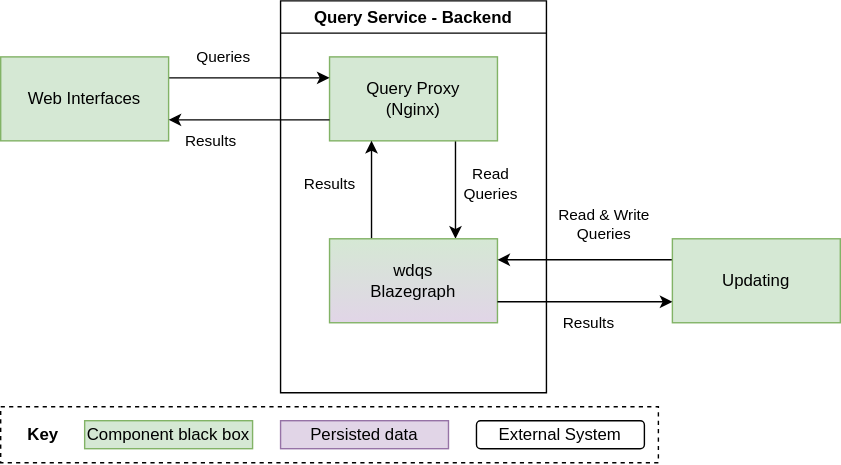
This is systems/Query/diagrams/05-01-backend.drawio.svg from wmde/wikidata-wikibase-architecture, a draw.io export, as it was before one commit. Source tidied: cells renumbered, new cells last; positions are measured from the earlier drawing's top-left corner, leaving out a move shared by most shapes. Its diagram source:
```xml
<mxGraphModel>
  <root>
    <mxCell id="0" />
    <mxCell id="1" parent="0" />
    <mxCell id="2" value="Query Service - Backend" style="swimlane;" parent="1" vertex="1">
      <mxGeometry x="200" width="190" height="280" as="geometry" />
    </mxCell>
    <mxCell id="3" style="edgeStyle=orthogonalEdgeStyle;rounded=0;jettySize=auto;html=1;entryX=0.75;entryY=0;entryDx=0;entryDy=0;exitX=0.75;exitY=1;exitDx=0;exitDy=0;" parent="2" edge="1" source="5" target="8">
      <mxGeometry relative="1" as="geometry" />
    </mxCell>
    <mxCell id="4" value="Read&lt;br&gt;Queries" style="edgeLabel;html=1;align=center;verticalAlign=middle;" parent="3" vertex="1">
      <mxGeometry x="-0.7" relative="1" as="geometry">
        <mxPoint x="25" y="20" as="offset" />
      </mxGeometry>
    </mxCell>
    <mxCell id="5" value="Query Proxy&lt;br&gt;(Nginx)" style="rounded=0;whiteSpace=wrap;html=1;fillColor=#d5e8d4;strokeColor=#82b366;" parent="2" vertex="1">
      <mxGeometry x="35" y="40" width="120" height="60" as="geometry" />
    </mxCell>
    <mxCell id="6" style="edgeStyle=orthogonalEdgeStyle;rounded=0;jettySize=auto;html=1;exitX=0.25;exitY=0;exitDx=0;exitDy=0;entryX=0.25;entryY=1;entryDx=0;entryDy=0;" parent="2" edge="1" source="8" target="5">
      <mxGeometry relative="1" as="geometry" />
    </mxCell>
    <mxCell id="7" value="Results" style="edgeLabel;html=1;align=center;verticalAlign=middle;" parent="6" vertex="1">
      <mxGeometry x="0.31" relative="1" as="geometry">
        <mxPoint x="-30" y="6" as="offset" />
      </mxGeometry>
    </mxCell>
    <mxCell id="8" value="wdqs&lt;br&gt;Blazegraph" style="rounded=0;whiteSpace=wrap;html=1;fillColor=#d5e8d4;strokeColor=#82b366;gradientColor=#E1D5E7;" parent="2" vertex="1">
      <mxGeometry x="35" y="170" width="120" height="60" as="geometry" />
    </mxCell>
    <mxCell id="9" style="rounded=0;whiteSpace=wrap;html=1;fillColor=none;dashed=1;" parent="1" vertex="1">
      <mxGeometry y="290" width="470" height="40" as="geometry" />
    </mxCell>
    <mxCell id="10" value="&lt;b&gt;Key&lt;/b&gt;" style="text;html=1;align=center;verticalAlign=middle;strokeColor=none;" parent="1" vertex="1">
      <mxGeometry x="10" y="300" width="40" height="20" as="geometry" />
    </mxCell>
    <mxCell id="11" value="Component black box" style="rounded=0;whiteSpace=wrap;html=1;align=center;fillColor=#d5e8d4;strokeColor=#82b366;" parent="1" vertex="1">
      <mxGeometry x="60" y="300" width="120" height="20" as="geometry" />
    </mxCell>
    <mxCell id="12" value="Persisted data" style="rounded=0;whiteSpace=wrap;html=1;align=center;fillColor=#e1d5e7;strokeColor=#9673a6;" parent="1" vertex="1">
      <mxGeometry x="200" y="300" width="120" height="20" as="geometry" />
    </mxCell>
    <mxCell id="13" value="External System" style="rounded=1;whiteSpace=wrap;html=1;align=center;" parent="1" vertex="1">
      <mxGeometry x="340" y="300" width="120" height="20" as="geometry" />
    </mxCell>
    <mxCell id="14" style="edgeStyle=orthogonalEdgeStyle;rounded=0;jettySize=auto;html=1;entryX=0;entryY=0.25;entryDx=0;entryDy=0;exitX=1;exitY=0.25;exitDx=0;exitDy=0;" parent="1" edge="1" source="16" target="5">
      <mxGeometry relative="1" as="geometry">
        <Array as="points">
          <mxPoint x="150" y="55" />
          <mxPoint x="150" y="55" />
        </Array>
      </mxGeometry>
    </mxCell>
    <mxCell id="15" value="Queries" style="edgeLabel;html=1;align=center;verticalAlign=middle;" parent="14" vertex="1">
      <mxGeometry x="-0.33" y="1" relative="1" as="geometry">
        <mxPoint y="-14" as="offset" />
      </mxGeometry>
    </mxCell>
    <mxCell id="16" value="Web Interfaces" style="rounded=0;whiteSpace=wrap;html=1;fillColor=#d5e8d4;strokeColor=#82b366;" parent="1" vertex="1">
      <mxGeometry y="40" width="120" height="60" as="geometry" />
    </mxCell>
    <mxCell id="17" style="edgeStyle=orthogonalEdgeStyle;rounded=0;jettySize=auto;html=1;entryX=1;entryY=0.25;entryDx=0;entryDy=0;exitX=0;exitY=0.25;exitDx=0;exitDy=0;" parent="1" edge="1" source="19" target="8">
      <mxGeometry relative="1" as="geometry" />
    </mxCell>
    <mxCell id="18" value="Read &amp;amp; Write&lt;br&gt;Queries" style="edgeLabel;html=1;align=center;verticalAlign=middle;" parent="17" vertex="1">
      <mxGeometry x="0.24" y="-3" relative="1" as="geometry">
        <mxPoint x="28" y="-22" as="offset" />
      </mxGeometry>
    </mxCell>
    <mxCell id="19" value="Updating" style="rounded=0;whiteSpace=wrap;html=1;fillColor=#d5e8d4;strokeColor=#82b366;" parent="1" vertex="1">
      <mxGeometry x="480" y="170" width="120" height="60" as="geometry" />
    </mxCell>
    <mxCell id="20" style="edgeStyle=orthogonalEdgeStyle;rounded=0;jettySize=auto;html=1;exitX=0;exitY=0.75;exitDx=0;exitDy=0;entryX=1;entryY=0.75;entryDx=0;entryDy=0;" parent="1" edge="1" source="5" target="16">
      <mxGeometry relative="1" as="geometry" />
    </mxCell>
    <mxCell id="21" value="Results" style="edgeLabel;html=1;align=center;verticalAlign=middle;" parent="20" vertex="1">
      <mxGeometry x="0.62" y="1" relative="1" as="geometry">
        <mxPoint x="8" y="14" as="offset" />
      </mxGeometry>
    </mxCell>
    <mxCell id="22" style="edgeStyle=orthogonalEdgeStyle;rounded=0;jettySize=auto;html=1;exitX=1;exitY=0.75;exitDx=0;exitDy=0;entryX=0;entryY=0.75;entryDx=0;entryDy=0;" parent="1" edge="1" source="8" target="19">
      <mxGeometry relative="1" as="geometry" />
    </mxCell>
    <mxCell id="23" value="Results" style="edgeLabel;html=1;align=center;verticalAlign=middle;" parent="22" vertex="1">
      <mxGeometry x="-0.16" y="-2" relative="1" as="geometry">
        <mxPoint x="12" y="13" as="offset" />
      </mxGeometry>
    </mxCell>
  </root>
</mxGraphModel>
```
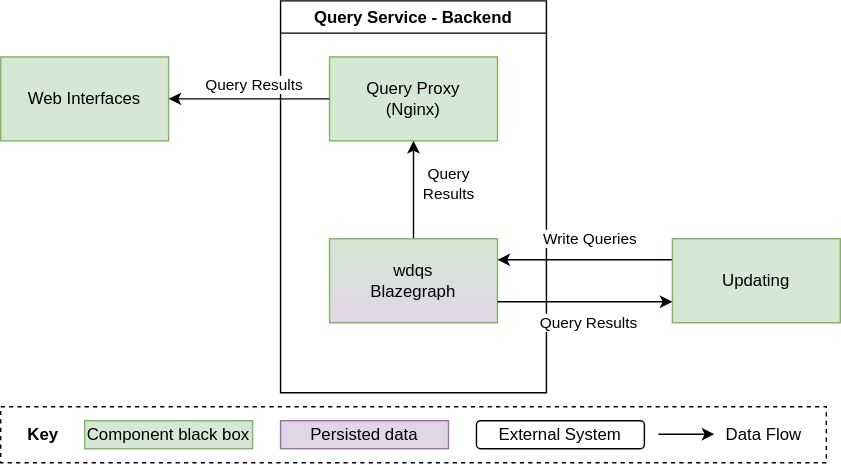
The same file after the commit.

Commit message:
Fix all query arrow directions & add to key

Diff of the diagram source:
```diff
@@ -5,30 +5,22 @@
     <mxCell id="2" value="Query Service - Backend" style="swimlane;" parent="1" vertex="1">
       <mxGeometry x="200" width="190" height="280" as="geometry" />
     </mxCell>
-    <mxCell id="3" style="edgeStyle=orthogonalEdgeStyle;rounded=0;jettySize=auto;html=1;entryX=0.75;entryY=0;entryDx=0;entryDy=0;exitX=0.75;exitY=1;exitDx=0;exitDy=0;" parent="2" edge="1" source="5" target="8">
-      <mxGeometry relative="1" as="geometry" />
-    </mxCell>
-    <mxCell id="4" value="Read&lt;br&gt;Queries" style="edgeLabel;html=1;align=center;verticalAlign=middle;" parent="3" vertex="1">
-      <mxGeometry x="-0.7" relative="1" as="geometry">
-        <mxPoint x="25" y="20" as="offset" />
-      </mxGeometry>
-    </mxCell>
     <mxCell id="5" value="Query Proxy&lt;br&gt;(Nginx)" style="rounded=0;whiteSpace=wrap;html=1;fillColor=#d5e8d4;strokeColor=#82b366;" parent="2" vertex="1">
       <mxGeometry x="35" y="40" width="120" height="60" as="geometry" />
     </mxCell>
-    <mxCell id="6" style="edgeStyle=orthogonalEdgeStyle;rounded=0;jettySize=auto;html=1;exitX=0.25;exitY=0;exitDx=0;exitDy=0;entryX=0.25;entryY=1;entryDx=0;entryDy=0;" parent="2" edge="1" source="8" target="5">
+    <mxCell id="6" style="edgeStyle=orthogonalEdgeStyle;rounded=0;jettySize=auto;html=1;entryX=0.5;entryY=1;entryDx=0;entryDy=0;" parent="2" edge="1" source="8" target="5">
       <mxGeometry relative="1" as="geometry" />
     </mxCell>
-    <mxCell id="7" value="Results" style="edgeLabel;html=1;align=center;verticalAlign=middle;" parent="6" vertex="1">
-      <mxGeometry x="0.31" relative="1" as="geometry">
-        <mxPoint x="-30" y="6" as="offset" />
-      </mxGeometry>
-    </mxCell>
+    <mxCell id="24" value="Query&lt;br&gt;Results" style="edgeLabel;html=1;align=center;verticalAlign=middle;" parent="6" vertex="1">
+      <mxGeometry x="0.33" relative="1" as="geometry">
+        <mxPoint x="25" y="7" as="offset" />
+      </mxGeometry>
+    </mxCell>
     <mxCell id="8" value="wdqs&lt;br&gt;Blazegraph" style="rounded=0;whiteSpace=wrap;html=1;fillColor=#d5e8d4;strokeColor=#82b366;gradientColor=#E1D5E7;" parent="2" vertex="1">
       <mxGeometry x="35" y="170" width="120" height="60" as="geometry" />
     </mxCell>
     <mxCell id="9" style="rounded=0;whiteSpace=wrap;html=1;fillColor=none;dashed=1;" parent="1" vertex="1">
-      <mxGeometry y="290" width="470" height="40" as="geometry" />
+      <mxGeometry y="290" width="590" height="40" as="geometry" />
     </mxCell>
     <mxCell id="10" value="&lt;b&gt;Key&lt;/b&gt;" style="text;html=1;align=center;verticalAlign=middle;strokeColor=none;" parent="1" vertex="1">
       <mxGeometry x="10" y="300" width="40" height="20" as="geometry" />
@@ -42,48 +34,44 @@
     <mxCell id="13" value="External System" style="rounded=1;whiteSpace=wrap;html=1;align=center;" parent="1" vertex="1">
       <mxGeometry x="340" y="300" width="120" height="20" as="geometry" />
     </mxCell>
-    <mxCell id="14" style="edgeStyle=orthogonalEdgeStyle;rounded=0;jettySize=auto;html=1;entryX=0;entryY=0.25;entryDx=0;entryDy=0;exitX=1;exitY=0.25;exitDx=0;exitDy=0;" parent="1" edge="1" source="16" target="5">
-      <mxGeometry relative="1" as="geometry">
-        <Array as="points">
-          <mxPoint x="150" y="55" />
-          <mxPoint x="150" y="55" />
-        </Array>
-      </mxGeometry>
-    </mxCell>
-    <mxCell id="15" value="Queries" style="edgeLabel;html=1;align=center;verticalAlign=middle;" parent="14" vertex="1">
-      <mxGeometry x="-0.33" y="1" relative="1" as="geometry">
-        <mxPoint y="-14" as="offset" />
-      </mxGeometry>
-    </mxCell>
     <mxCell id="16" value="Web Interfaces" style="rounded=0;whiteSpace=wrap;html=1;fillColor=#d5e8d4;strokeColor=#82b366;" parent="1" vertex="1">
       <mxGeometry y="40" width="120" height="60" as="geometry" />
     </mxCell>
     <mxCell id="17" style="edgeStyle=orthogonalEdgeStyle;rounded=0;jettySize=auto;html=1;entryX=1;entryY=0.25;entryDx=0;entryDy=0;exitX=0;exitY=0.25;exitDx=0;exitDy=0;" parent="1" edge="1" source="19" target="8">
       <mxGeometry relative="1" as="geometry" />
     </mxCell>
-    <mxCell id="18" value="Read &amp;amp; Write&lt;br&gt;Queries" style="edgeLabel;html=1;align=center;verticalAlign=middle;" parent="17" vertex="1">
+    <mxCell id="18" value="Write Queries" style="edgeLabel;html=1;align=center;verticalAlign=middle;" parent="17" vertex="1">
       <mxGeometry x="0.24" y="-3" relative="1" as="geometry">
-        <mxPoint x="28" y="-22" as="offset" />
+        <mxPoint x="18" y="-12" as="offset" />
       </mxGeometry>
     </mxCell>
     <mxCell id="19" value="Updating" style="rounded=0;whiteSpace=wrap;html=1;fillColor=#d5e8d4;strokeColor=#82b366;" parent="1" vertex="1">
       <mxGeometry x="480" y="170" width="120" height="60" as="geometry" />
     </mxCell>
-    <mxCell id="20" style="edgeStyle=orthogonalEdgeStyle;rounded=0;jettySize=auto;html=1;exitX=0;exitY=0.75;exitDx=0;exitDy=0;entryX=1;entryY=0.75;entryDx=0;entryDy=0;" parent="1" edge="1" source="5" target="16">
-      <mxGeometry relative="1" as="geometry" />
-    </mxCell>
-    <mxCell id="21" value="Results" style="edgeLabel;html=1;align=center;verticalAlign=middle;" parent="20" vertex="1">
-      <mxGeometry x="0.62" y="1" relative="1" as="geometry">
-        <mxPoint x="8" y="14" as="offset" />
-      </mxGeometry>
-    </mxCell>
     <mxCell id="22" style="edgeStyle=orthogonalEdgeStyle;rounded=0;jettySize=auto;html=1;exitX=1;exitY=0.75;exitDx=0;exitDy=0;entryX=0;entryY=0.75;entryDx=0;entryDy=0;" parent="1" edge="1" source="8" target="19">
       <mxGeometry relative="1" as="geometry" />
     </mxCell>
-    <mxCell id="23" value="Results" style="edgeLabel;html=1;align=center;verticalAlign=middle;" parent="22" vertex="1">
+    <mxCell id="23" value="Query Results" style="edgeLabel;html=1;align=center;verticalAlign=middle;" parent="22" vertex="1">
       <mxGeometry x="-0.16" y="-2" relative="1" as="geometry">
         <mxPoint x="12" y="13" as="offset" />
       </mxGeometry>
     </mxCell>
+    <mxCell id="25" style="endArrow=classic;html=1;" parent="1" edge="1">
+      <mxGeometry relative="1" as="geometry">
+        <mxPoint x="470" y="309.7" as="sourcePoint" />
+        <mxPoint x="510" y="309.7" as="targetPoint" />
+      </mxGeometry>
+    </mxCell>
+    <mxCell id="26" value="Data Flow" style="text;html=1;align=center;verticalAlign=middle;strokeColor=none;" parent="1" vertex="1">
+      <mxGeometry x="510" y="300" width="70" height="20" as="geometry" />
+    </mxCell>
+    <mxCell id="20" style="edgeStyle=orthogonalEdgeStyle;rounded=0;jettySize=auto;html=1;" parent="1" edge="1" source="5" target="16">
+      <mxGeometry relative="1" as="geometry" />
+    </mxCell>
+    <mxCell id="27" value="Query Results" style="edgeLabel;html=1;align=center;verticalAlign=middle;" parent="20" vertex="1">
+      <mxGeometry x="0.34" y="-1" relative="1" as="geometry">
+        <mxPoint x="22" y="-9" as="offset" />
+      </mxGeometry>
+    </mxCell>
   </root>
 </mxGraphModel>
```
